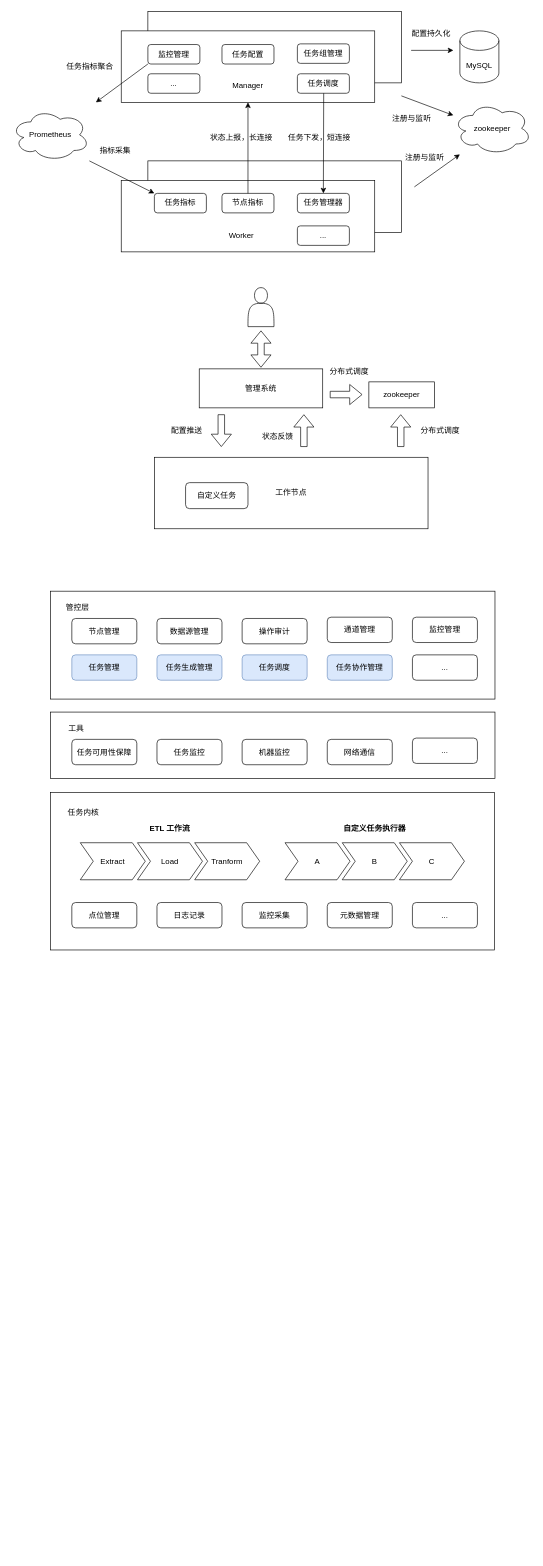
The draw.io diagram dts/dts-architecture.drawio in believezzd/diagrams, before the edit. Source tidied: cells renumbered, new cells numbered last; positions are measured from the earlier drawing's top-left corner, leaving out a move shared by most shapes. Both pictures are drawn from the tidied source at 65%, with x=0, y=0 at pixel (11, 11).
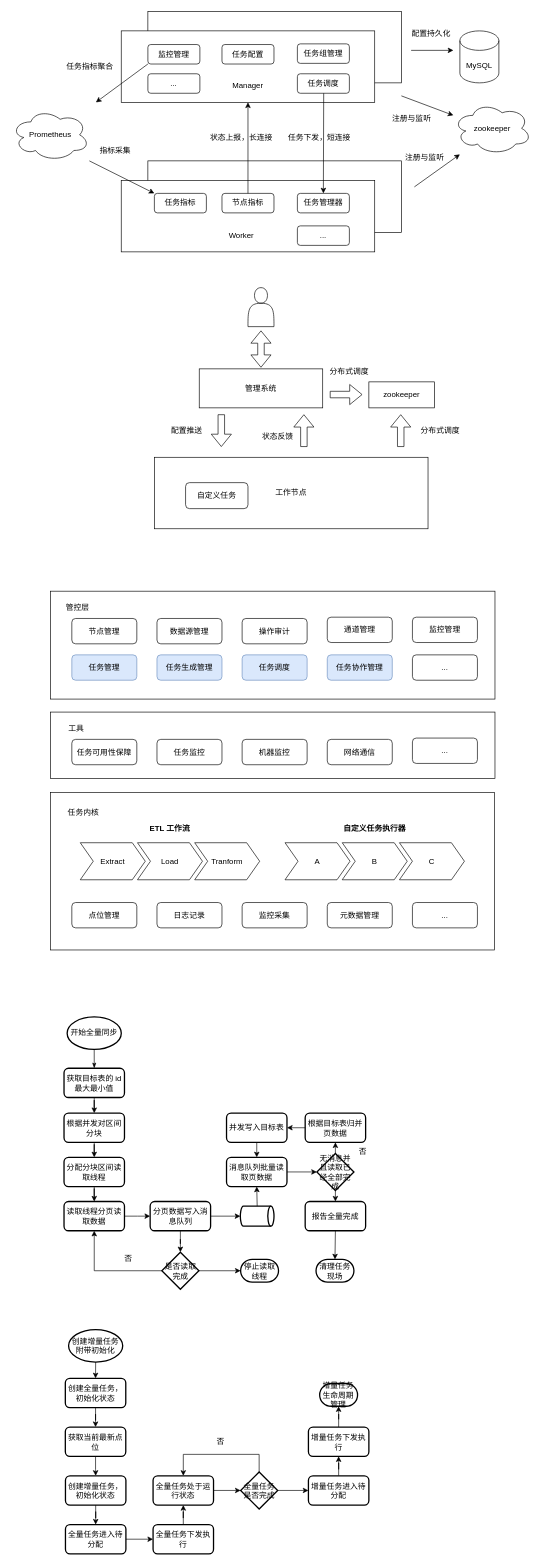
The same page after the edit.

The edit, as a diff of the source:
```diff
@@
+    <mxCell id="82" style="edgeStyle=orthogonalEdgeStyle;rounded=0;jettySize=auto;html=1;" parent="1" edge="1" source="83" target="85">
+      <mxGeometry relative="1" as="geometry" />
+    </mxCell>
+    <mxCell id="83" value="获取目标表的 id 最大最小值" style="rounded=1;whiteSpace=wrap;html=1;absoluteArcSize=1;arcSize=14;strokeWidth=2;" parent="1" vertex="1">
+      <mxGeometry x="81" y="1626" width="93" height="45" as="geometry" />
+    </mxCell>
+    <mxCell id="84" style="edgeStyle=orthogonalEdgeStyle;rounded=0;jettySize=auto;html=1;" parent="1" edge="1" source="85" target="88">
+      <mxGeometry relative="1" as="geometry" />
+    </mxCell>
+    <mxCell id="85" value="根据并发对区间分块" style="rounded=1;whiteSpace=wrap;html=1;absoluteArcSize=1;arcSize=14;strokeWidth=2;" parent="1" vertex="1">
+      <mxGeometry x="81" y="1695" width="93" height="45" as="geometry" />
+    </mxCell>
+    <mxCell id="86" value="消息队列批量读取页数据" style="rounded=1;whiteSpace=wrap;html=1;absoluteArcSize=1;arcSize=14;strokeWidth=2;" parent="1" vertex="1">
+      <mxGeometry x="331" y="1763" width="93" height="45" as="geometry" />
+    </mxCell>
+    <mxCell id="87" style="edgeStyle=orthogonalEdgeStyle;rounded=0;jettySize=auto;html=1;" parent="1" edge="1" source="88" target="90">
+      <mxGeometry relative="1" as="geometry" />
+    </mxCell>
+    <mxCell id="88" value="分配分块区间读取线程" style="rounded=1;whiteSpace=wrap;html=1;absoluteArcSize=1;arcSize=14;strokeWidth=2;" parent="1" vertex="1">
+      <mxGeometry x="81" y="1763" width="93" height="45" as="geometry" />
+    </mxCell>
+    <mxCell id="89" style="edgeStyle=orthogonalEdgeStyle;rounded=0;jettySize=auto;html=1;" parent="1" edge="1" source="90" target="93">
+      <mxGeometry relative="1" as="geometry" />
+    </mxCell>
+    <mxCell id="90" value="读取线程分页读取数据" style="rounded=1;whiteSpace=wrap;html=1;absoluteArcSize=1;arcSize=14;strokeWidth=2;" parent="1" vertex="1">
+      <mxGeometry x="81" y="1831" width="93" height="45" as="geometry" />
+    </mxCell>
+    <mxCell id="91" style="edgeStyle=orthogonalEdgeStyle;rounded=0;jettySize=auto;html=1;" parent="1" edge="1" source="93" target="98">
+      <mxGeometry relative="1" as="geometry" />
+    </mxCell>
+    <mxCell id="92" style="edgeStyle=orthogonalEdgeStyle;rounded=0;jettySize=auto;html=1;entryX=0;entryY=0.5;entryDx=0;entryDy=0;entryPerimeter=0;" parent="1" edge="1" source="93" target="103">
+      <mxGeometry relative="1" as="geometry" />
+    </mxCell>
+    <mxCell id="93" value="分页数据写入消息队列" style="rounded=1;whiteSpace=wrap;html=1;absoluteArcSize=1;arcSize=14;strokeWidth=2;" parent="1" vertex="1">
+      <mxGeometry x="213.5" y="1831" width="93" height="45" as="geometry" />
+    </mxCell>
+    <mxCell id="94" value="根据目标表归并页数据" style="rounded=1;whiteSpace=wrap;html=1;absoluteArcSize=1;arcSize=14;strokeWidth=2;" parent="1" vertex="1">
+      <mxGeometry x="452" y="1695" width="93" height="45" as="geometry" />
+    </mxCell>
+    <mxCell id="95" value="并发写入目标表" style="rounded=1;whiteSpace=wrap;html=1;absoluteArcSize=1;arcSize=14;strokeWidth=2;" parent="1" vertex="1">
+      <mxGeometry x="331" y="1695" width="93" height="45" as="geometry" />
+    </mxCell>
+    <mxCell id="96" style="edgeStyle=orthogonalEdgeStyle;rounded=0;jettySize=auto;html=1;entryX=0.5;entryY=1;entryDx=0;entryDy=0;" parent="1" edge="1" source="98" target="90">
+      <mxGeometry relative="1" as="geometry" />
+    </mxCell>
+    <mxCell id="97" style="edgeStyle=orthogonalEdgeStyle;rounded=0;jettySize=auto;html=1;entryX=0;entryY=0.5;entryDx=0;entryDy=0;entryPerimeter=0;" parent="1" edge="1" source="98" target="101">
+      <mxGeometry relative="1" as="geometry" />
+    </mxCell>
+    <mxCell id="98" value="是否读取完成" style="strokeWidth=2;html=1;shape=mxgraph.flowchart.decision;whiteSpace=wrap;" parent="1" vertex="1">
+      <mxGeometry x="231.5" y="1909" width="57" height="57" as="geometry" />
+    </mxCell>
+    <mxCell id="99" value="否" style="text;html=1;strokeColor=none;fillColor=none;align=center;verticalAlign=middle;whiteSpace=wrap;rounded=0;" parent="1" vertex="1">
+      <mxGeometry x="150" y="1904" width="60" height="30" as="geometry" />
+    </mxCell>
+    <mxCell id="100" value="开始全量同步" style="strokeWidth=2;html=1;shape=mxgraph.flowchart.start_1;whiteSpace=wrap;" parent="1" vertex="1">
+      <mxGeometry x="85.8" y="1547" width="83.3" height="50" as="geometry" />
+    </mxCell>
+    <mxCell id="101" value="停止读取线程" style="strokeWidth=2;html=1;shape=mxgraph.flowchart.terminator;whiteSpace=wrap;" parent="1" vertex="1">
+      <mxGeometry x="352.7" y="1920" width="58.3" height="35" as="geometry" />
+    </mxCell>
+    <mxCell id="102" style="endArrow=classicThin;html=1;rounded=0;exitX=0.5;exitY=1;exitDx=0;exitDy=0;exitPerimeter=0;entryX=0.5;entryY=0;entryDx=0;entryDy=0;endFill=1;" parent="1" edge="1" source="100" target="83">
+      <mxGeometry relative="1" as="geometry" />
+    </mxCell>
+    <mxCell id="103" style="strokeWidth=2;html=1;shape=mxgraph.flowchart.direct_data;whiteSpace=wrap;" parent="1" vertex="1">
+      <mxGeometry x="352.3" y="1838" width="51.7" height="31" as="geometry" />
+    </mxCell>
+    <mxCell id="104" style="endArrow=classic;html=1;rounded=0;exitX=0.5;exitY=0;exitDx=0;exitDy=0;exitPerimeter=0;entryX=0.5;entryY=1;entryDx=0;entryDy=0;" parent="1" edge="1" source="103" target="86">
+      <mxGeometry relative="1" as="geometry" />
+    </mxCell>
+    <mxCell id="105" value="报告全量完成" style="rounded=1;whiteSpace=wrap;html=1;absoluteArcSize=1;arcSize=14;strokeWidth=2;" parent="1" vertex="1">
+      <mxGeometry x="452" y="1831" width="93" height="45" as="geometry" />
+    </mxCell>
+    <mxCell id="106" value="无消息并且读取已经全部完成" style="strokeWidth=2;html=1;shape=mxgraph.flowchart.decision;whiteSpace=wrap;" parent="1" vertex="1">
+      <mxGeometry x="470" y="1757" width="57" height="57" as="geometry" />
+    </mxCell>
+    <mxCell id="107" style="endArrow=classic;html=1;rounded=0;exitX=1;exitY=0.5;exitDx=0;exitDy=0;entryX=0;entryY=0.5;entryDx=0;entryDy=0;entryPerimeter=0;" parent="1" edge="1" source="86" target="106">
+      <mxGeometry relative="1" as="geometry" />
+    </mxCell>
+    <mxCell id="108" style="endArrow=classic;html=1;rounded=0;exitX=0.5;exitY=0;exitDx=0;exitDy=0;exitPerimeter=0;entryX=0.5;entryY=1;entryDx=0;entryDy=0;" parent="1" edge="1" source="106" target="94">
+      <mxGeometry relative="1" as="geometry" />
+    </mxCell>
+    <mxCell id="109" value="否" style="text;html=1;strokeColor=none;fillColor=none;align=center;verticalAlign=middle;whiteSpace=wrap;rounded=0;" parent="1" vertex="1">
+      <mxGeometry x="511" y="1740" width="60" height="30" as="geometry" />
+    </mxCell>
+    <mxCell id="110" style="endArrow=classic;html=1;rounded=0;exitX=0;exitY=0.5;exitDx=0;exitDy=0;entryX=1;entryY=0.5;entryDx=0;entryDy=0;" parent="1" edge="1" source="94" target="95">
+      <mxGeometry relative="1" as="geometry" />
+    </mxCell>
+    <mxCell id="111" style="endArrow=classic;html=1;rounded=0;exitX=0.5;exitY=1;exitDx=0;exitDy=0;entryX=0.5;entryY=0;entryDx=0;entryDy=0;" parent="1" edge="1" source="95" target="86">
+      <mxGeometry relative="1" as="geometry" />
+    </mxCell>
+    <mxCell id="112" style="endArrow=classic;html=1;rounded=0;exitX=0.5;exitY=1;exitDx=0;exitDy=0;exitPerimeter=0;entryX=0.5;entryY=0;entryDx=0;entryDy=0;" parent="1" edge="1" source="106" target="105">
+      <mxGeometry relative="1" as="geometry" />
+    </mxCell>
+    <mxCell id="113" value="清理任务现场" style="strokeWidth=2;html=1;shape=mxgraph.flowchart.terminator;whiteSpace=wrap;" parent="1" vertex="1">
+      <mxGeometry x="468.7" y="1920" width="58.3" height="35" as="geometry" />
+    </mxCell>
+    <mxCell id="114" style="endArrow=classic;html=1;rounded=0;exitX=0.5;exitY=1;exitDx=0;exitDy=0;entryX=0.5;entryY=0;entryDx=0;entryDy=0;entryPerimeter=0;" parent="1" edge="1" source="105" target="113">
+      <mxGeometry relative="1" as="geometry" />
+    </mxCell>
+    <mxCell id="115" value="创建增量任务附带初始化" style="strokeWidth=2;html=1;shape=mxgraph.flowchart.start_1;whiteSpace=wrap;" parent="1" vertex="1">
+      <mxGeometry x="88" y="2028" width="83.3" height="50" as="geometry" />
+    </mxCell>
+    <mxCell id="116" style="edgeStyle=orthogonalEdgeStyle;rounded=0;jettySize=auto;html=1;entryX=0.5;entryY=0;entryDx=0;entryDy=0;" parent="1" edge="1" source="117" target="121">
+      <mxGeometry relative="1" as="geometry" />
+    </mxCell>
+    <mxCell id="117" value="创建全量任务，初始化状态" style="rounded=1;whiteSpace=wrap;html=1;absoluteArcSize=1;arcSize=14;strokeWidth=2;" parent="1" vertex="1">
+      <mxGeometry x="83" y="2103" width="93" height="45" as="geometry" />
+    </mxCell>
+    <mxCell id="118" style="edgeStyle=orthogonalEdgeStyle;rounded=0;jettySize=auto;html=1;entryX=0.5;entryY=0;entryDx=0;entryDy=0;" parent="1" edge="1" source="119" target="124">
+      <mxGeometry relative="1" as="geometry" />
+    </mxCell>
+    <mxCell id="119" value="创建增量任务，初始化状态" style="rounded=1;whiteSpace=wrap;html=1;absoluteArcSize=1;arcSize=14;strokeWidth=2;" parent="1" vertex="1">
+      <mxGeometry x="83.2" y="2253" width="93" height="45" as="geometry" />
+    </mxCell>
+    <mxCell id="120" style="edgeStyle=orthogonalEdgeStyle;rounded=0;jettySize=auto;html=1;entryX=0.5;entryY=0;entryDx=0;entryDy=0;" parent="1" edge="1" source="121" target="119">
+      <mxGeometry relative="1" as="geometry" />
+    </mxCell>
+    <mxCell id="121" value="获取当前最新点位" style="rounded=1;whiteSpace=wrap;html=1;absoluteArcSize=1;arcSize=14;strokeWidth=2;" parent="1" vertex="1">
+      <mxGeometry x="83" y="2178" width="93" height="45" as="geometry" />
+    </mxCell>
+    <mxCell id="122" style="endArrow=classic;html=1;rounded=0;exitX=0.5;exitY=1;exitDx=0;exitDy=0;exitPerimeter=0;entryX=0.5;entryY=0;entryDx=0;entryDy=0;" parent="1" edge="1" source="115" target="117">
+      <mxGeometry relative="1" as="geometry" />
+    </mxCell>
+    <mxCell id="123" style="edgeStyle=orthogonalEdgeStyle;rounded=0;jettySize=auto;html=1;entryX=0;entryY=0.5;entryDx=0;entryDy=0;" parent="1" edge="1" source="124" target="126">
+      <mxGeometry relative="1" as="geometry" />
+    </mxCell>
+    <mxCell id="124" value="全量任务进入待分配" style="rounded=1;whiteSpace=wrap;html=1;absoluteArcSize=1;arcSize=14;strokeWidth=2;" parent="1" vertex="1">
+      <mxGeometry x="83.2" y="2328" width="93" height="45" as="geometry" />
+    </mxCell>
+    <mxCell id="125" style="edgeStyle=orthogonalEdgeStyle;rounded=0;jettySize=auto;html=1;entryX=0.5;entryY=1;entryDx=0;entryDy=0;" parent="1" edge="1" source="126" target="128">
+      <mxGeometry relative="1" as="geometry" />
+    </mxCell>
+    <mxCell id="126" value="全量任务下发执行" style="rounded=1;whiteSpace=wrap;html=1;absoluteArcSize=1;arcSize=14;strokeWidth=2;" parent="1" vertex="1">
+      <mxGeometry x="218" y="2328" width="93" height="45" as="geometry" />
+    </mxCell>
+    <mxCell id="127" style="edgeStyle=orthogonalEdgeStyle;rounded=0;jettySize=auto;html=1;entryX=0;entryY=0.5;entryDx=0;entryDy=0;entryPerimeter=0;" parent="1" edge="1" source="128" target="130">
+      <mxGeometry relative="1" as="geometry" />
+    </mxCell>
+    <mxCell id="128" value="全量任务处于运行状态" style="rounded=1;whiteSpace=wrap;html=1;absoluteArcSize=1;arcSize=14;strokeWidth=2;" parent="1" vertex="1">
+      <mxGeometry x="218" y="2253" width="93" height="45" as="geometry" />
+    </mxCell>
+    <mxCell id="129" style="edgeStyle=orthogonalEdgeStyle;rounded=0;jettySize=auto;html=1;entryX=0;entryY=0.5;entryDx=0;entryDy=0;" parent="1" edge="1" source="130" target="134">
+      <mxGeometry relative="1" as="geometry" />
+    </mxCell>
+    <mxCell id="130" value="全量任务是否完成" style="strokeWidth=2;html=1;shape=mxgraph.flowchart.decision;whiteSpace=wrap;" parent="1" vertex="1">
+      <mxGeometry x="352.7" y="2247" width="57" height="57" as="geometry" />
+    </mxCell>
+    <mxCell id="131" style="endArrow=classic;html=1;rounded=0;exitX=0.5;exitY=0;exitDx=0;exitDy=0;exitPerimeter=0;entryX=0.5;entryY=0;entryDx=0;entryDy=0;edgeStyle=orthogonalEdgeStyle;" parent="1" edge="1" source="130" target="128">
+      <mxGeometry relative="1" as="geometry">
+        <Array as="points">
+          <mxPoint x="381" y="2220" />
+          <mxPoint x="265" y="2220" />
+        </Array>
+      </mxGeometry>
+    </mxCell>
+    <mxCell id="132" value="否" style="text;html=1;strokeColor=none;fillColor=none;align=center;verticalAlign=middle;whiteSpace=wrap;rounded=0;" parent="1" vertex="1">
+      <mxGeometry x="292" y="2186" width="60" height="30" as="geometry" />
+    </mxCell>
+    <mxCell id="133" style="edgeStyle=orthogonalEdgeStyle;rounded=0;jettySize=auto;html=1;entryX=0.5;entryY=1;entryDx=0;entryDy=0;" parent="1" edge="1" source="134" target="136">
+      <mxGeometry relative="1" as="geometry" />
+    </mxCell>
+    <mxCell id="134" value="增量任务进入待分配" style="rounded=1;whiteSpace=wrap;html=1;absoluteArcSize=1;arcSize=14;strokeWidth=2;" parent="1" vertex="1">
+      <mxGeometry x="457" y="2253" width="93" height="45" as="geometry" />
+    </mxCell>
+    <mxCell id="135" style="edgeStyle=orthogonalEdgeStyle;rounded=0;jettySize=auto;html=1;entryX=0.5;entryY=1;entryDx=0;entryDy=0;entryPerimeter=0;" parent="1" edge="1" source="136" target="137">
+      <mxGeometry relative="1" as="geometry" />
+    </mxCell>
+    <mxCell id="136" value="增量任务下发执行" style="rounded=1;whiteSpace=wrap;html=1;absoluteArcSize=1;arcSize=14;strokeWidth=2;" parent="1" vertex="1">
+      <mxGeometry x="457" y="2178" width="93" height="45" as="geometry" />
+    </mxCell>
+    <mxCell id="137" value="增量任务生命周期管理" style="strokeWidth=2;html=1;shape=mxgraph.flowchart.terminator;whiteSpace=wrap;" parent="1" vertex="1">
+      <mxGeometry x="474.3" y="2111" width="58.3" height="35" as="geometry" />
+    </mxCell>
```
